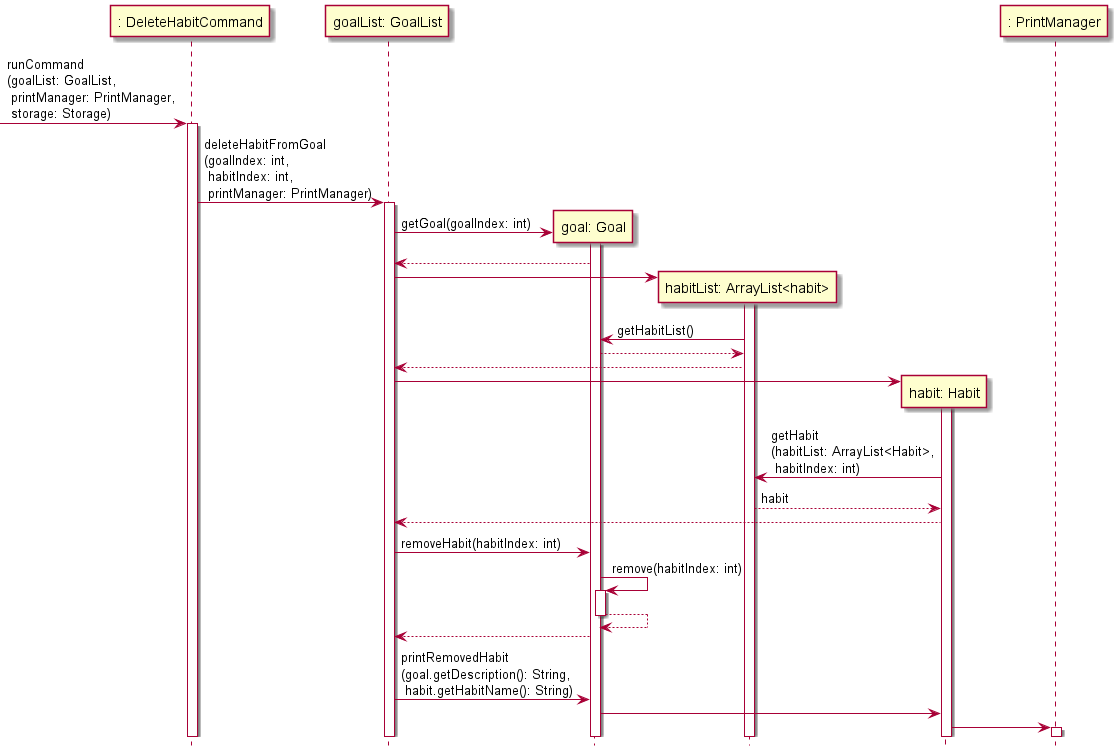
nus-cs2113-AY2122S1/tp keeps this PlantUML diagram as docs/Diagram_Images/Implementation_Diagram_Images/DeleteHabitCommandSequenceDiagram.png. Above is the earlier version.
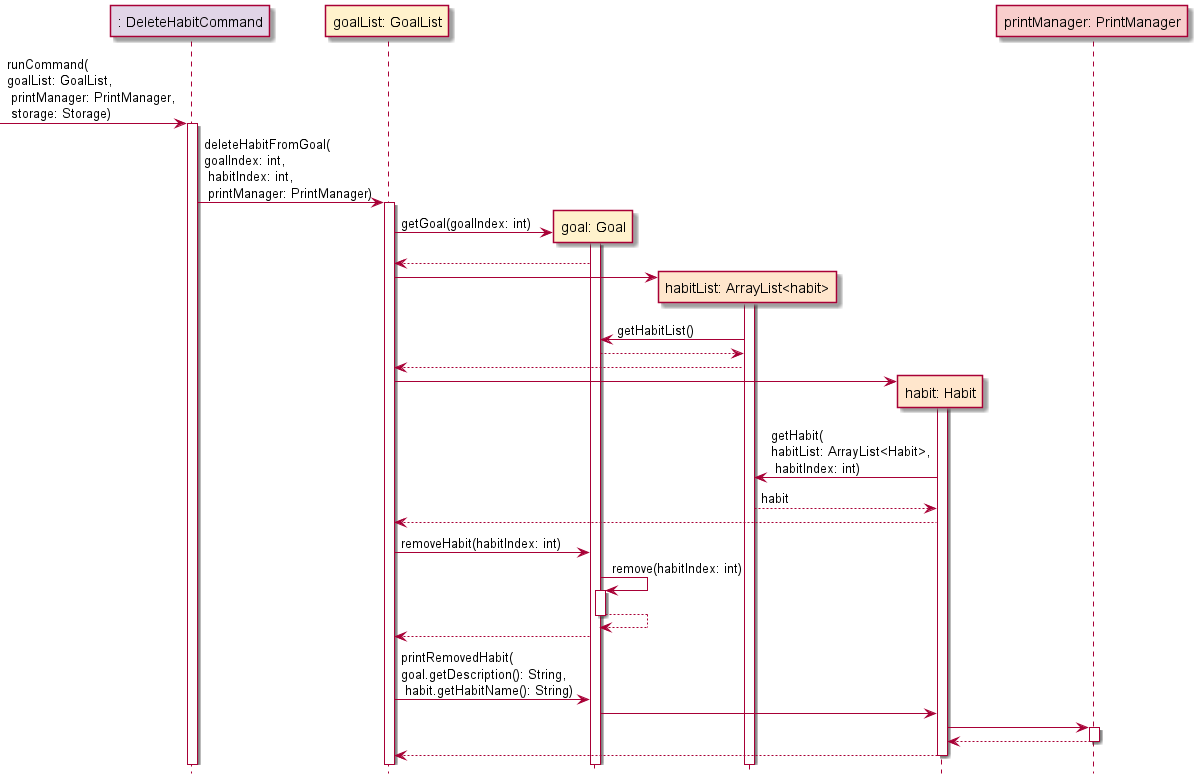
After the change.

The edit, as a diff of the source:
```diff
@@ -2,43 +2,54 @@
 
 !include Style.puml
 
--> ": DeleteHabitCommand": runCommand\n(goalList: GoalList,\n printManager: PrintManager,\n storage: Storage)
-activate ": DeleteHabitCommand"
+participant ": DeleteHabitCommand" as DeleteHabitCommand COMMAND_COLOUR
+participant "goalList: GoalList" as goalList GOAL_COLOUR
+participant "goal: Goal" as goal GOAL_COLOUR
+participant "habitList: ArrayList<habit>" as habitList HABIT_COLOUR
+participant "habit: Habit" as habit HABIT_COLOUR
+participant "printManager: PrintManager" as printManager UI_COLOUR
 
-": DeleteHabitCommand" -> "goalList: GoalList": deleteHabitFromGoal\n(goalIndex: int,\n habitIndex: int,\n printManager: PrintManager)
-activate "goalList: GoalList"
+-> DeleteHabitCommand: runCommand(\ngoalList: GoalList,\n printManager: PrintManager,\n storage: Storage)
+activate DeleteHabitCommand
 
-create "goal: Goal"
-"goalList: GoalList" -> "goal: Goal": getGoal(goalIndex: int)
-activate "goal: Goal"
-"goalList: GoalList" <-- "goal: Goal"
+DeleteHabitCommand -> goalList: deleteHabitFromGoal(\ngoalIndex: int,\n habitIndex: int,\n printManager: PrintManager)
+activate goalList
 
-create "habitList: ArrayList<habit>"
-"goalList: GoalList" -> "habitList: ArrayList<habit>"
-activate "habitList: ArrayList<habit>"
-"goal: Goal" <- "habitList: ArrayList<habit>": getHabitList()
-"goal: Goal" --> "habitList: ArrayList<habit>"
-"goalList: GoalList" <-- "habitList: ArrayList<habit>"
+create goal
+goalList -> goal: getGoal(goalIndex: int)
+activate goal
+goalList <-- goal
 
-create "habit: Habit"
-"goalList: GoalList" -> "habit: Habit"
-activate "habit: Habit"
-"habitList: ArrayList<habit>" <- "habit: Habit": getHabit\n(habitList: ArrayList<Habit>,\n habitIndex: int)
-"habitList: ArrayList<habit>" --> "habit: Habit": habit
-"goalList: GoalList" <-- "habit: Habit"
+create habitList
+goalList -> habitList
+activate habitList
+goal <- habitList: getHabitList()
+goal --> habitList
+goalList <-- habitList
+
+create habit
+goalList -> habit
+activate habit
+habitList <- habit: getHabit(\nhabitList: ArrayList<Habit>,\n habitIndex: int)
+habitList --> habit: habit
+goalList <-- habit
 
 
-"goalList: GoalList" -> "goal: Goal": removeHabit(habitIndex: int)
-"goal: Goal" -> "goal: Goal": remove(habitIndex: int)
-activate "goal: Goal"
-"goal: Goal" --> "goal: Goal"
-deactivate "goal: Goal"
-"goalList: GoalList" <-- "goal: Goal"
+goalList -> goal: removeHabit(habitIndex: int)
+goal -> goal: remove(habitIndex: int)
+activate goal
+goal --> goal
+deactivate goal
+goalList <-- goal
 
 
-"goalList: GoalList" -> "goal: Goal": printRemovedHabit\n(goal.getDescription(): String,\n habit.getHabitName(): String)
-"goal: Goal" -> "habit: Habit"
-"habit: Habit" -> ": PrintManager"
-activate ": PrintManager"
+goalList -> goal: printRemovedHabit(\ngoal.getDescription(): String,\n habit.getHabitName(): String)
+goal -> habit
+habit -> printManager
+activate printManager
+
+return
+
+return
 
 @enduml
```
